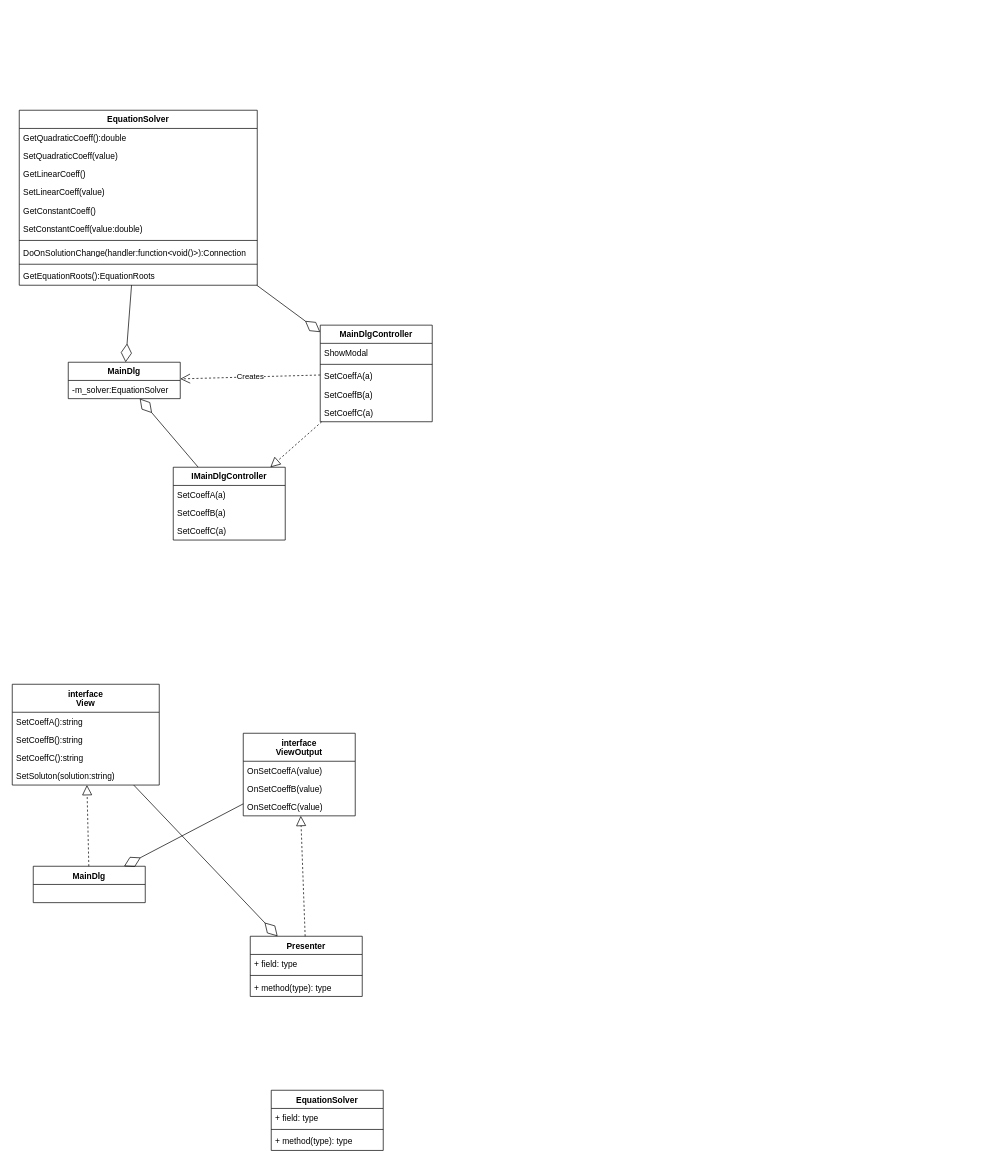
Earlier version of the draw.io diagram lectures/16.mvxx/mvxx.drawio (alexey-malov/ood). Source tidied: cells renumbered, new cells numbered last; positions are measured from the earlier drawing's top-left corner, leaving out a move shared by most shapes. Both pictures are drawn from the tidied source at 70%, with x=0, y=0 at pixel (12, 110).
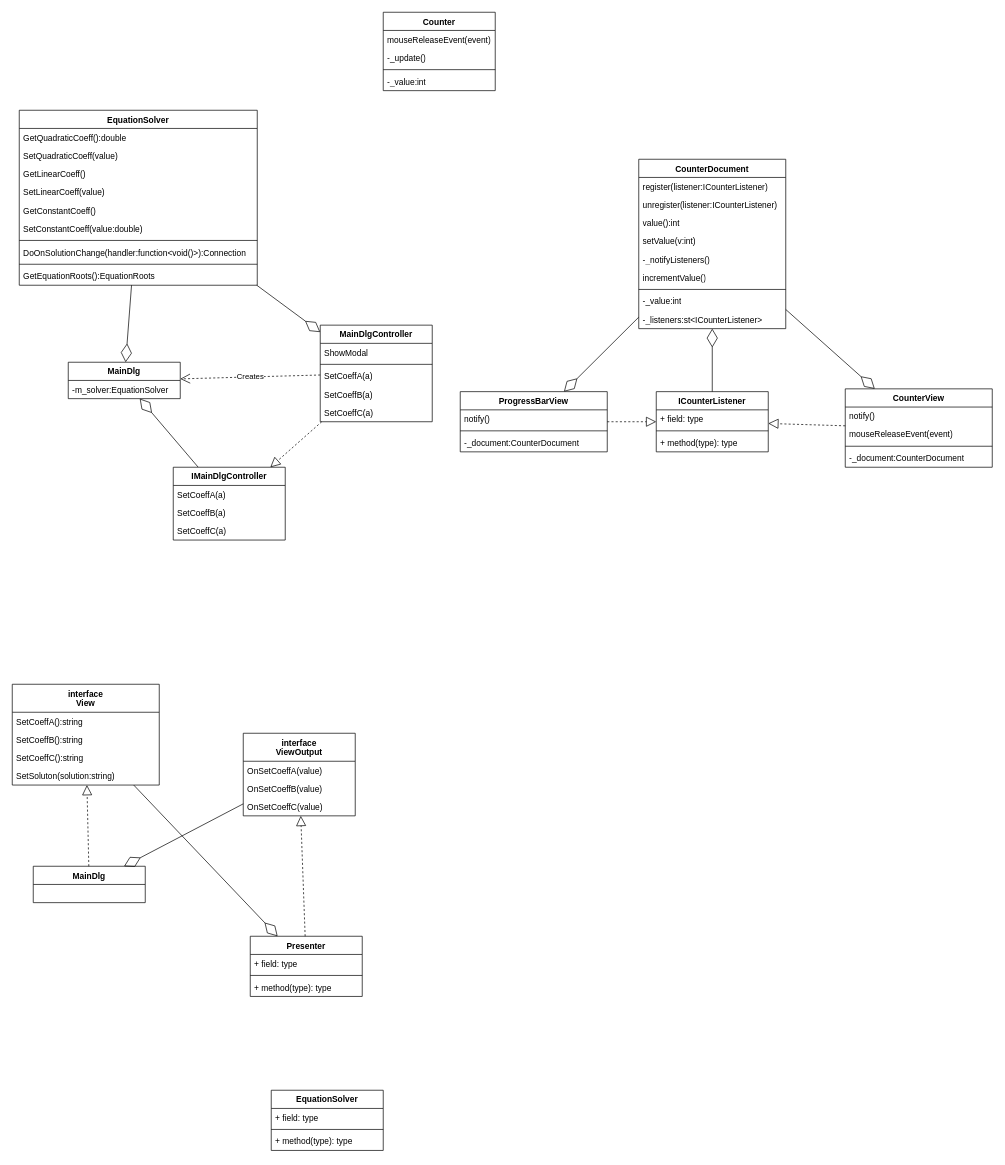
The same diagram, later.

Commit message (it also covers changes not shown here):
Обновил материалы к лекции про MVXX

The edit, as a diff of the source:
```diff
@@
+    <mxCell id="52" value="Counter" style="swimlane;fontStyle=1;align=center;verticalAlign=top;horizontal=1;startSize=26;whiteSpace=wrap;html=1;" parent="1" vertex="1">
+      <mxGeometry x="530" y="-140" width="160" height="112" as="geometry" />
+    </mxCell>
+    <mxCell id="53" value="mouseReleaseEvent(event)" style="text;strokeColor=none;fillColor=none;align=left;verticalAlign=top;spacingLeft=4;spacingRight=4;overflow=hidden;whiteSpace=wrap;html=1;" parent="52" vertex="1">
+      <mxGeometry y="26" width="160" height="26" as="geometry" />
+    </mxCell>
+    <mxCell id="54" value="-_update()" style="text;strokeColor=none;fillColor=none;align=left;verticalAlign=top;spacingLeft=4;spacingRight=4;overflow=hidden;whiteSpace=wrap;html=1;" parent="52" vertex="1">
+      <mxGeometry y="52" width="160" height="26" as="geometry" />
+    </mxCell>
+    <mxCell id="55" style="line;strokeWidth=1;fillColor=none;align=left;verticalAlign=middle;spacingTop=-1;spacingLeft=3;spacingRight=3;labelPosition=right;strokeColor=inherit;" parent="52" vertex="1">
+      <mxGeometry y="78" width="160" height="8" as="geometry" />
+    </mxCell>
+    <mxCell id="56" value="-_value:int" style="text;strokeColor=none;fillColor=none;align=left;verticalAlign=top;spacingLeft=4;spacingRight=4;overflow=hidden;whiteSpace=wrap;html=1;" parent="52" vertex="1">
+      <mxGeometry y="86" width="160" height="26" as="geometry" />
+    </mxCell>
+    <mxCell id="57" value="CounterDocument" style="swimlane;fontStyle=1;align=center;verticalAlign=top;horizontal=1;startSize=26;whiteSpace=wrap;html=1;" parent="1" vertex="1">
+      <mxGeometry x="895" y="70" width="210" height="242" as="geometry" />
+    </mxCell>
+    <mxCell id="58" value="register(listener:ICounterListener)" style="text;strokeColor=none;fillColor=none;align=left;verticalAlign=top;spacingLeft=4;spacingRight=4;overflow=hidden;whiteSpace=wrap;html=1;" parent="57" vertex="1">
+      <mxGeometry y="26" width="210" height="26" as="geometry" />
+    </mxCell>
+    <mxCell id="59" value="unregister(listener:ICounterListener)" style="text;strokeColor=none;fillColor=none;align=left;verticalAlign=top;spacingLeft=4;spacingRight=4;overflow=hidden;whiteSpace=wrap;html=1;" parent="57" vertex="1">
+      <mxGeometry y="52" width="210" height="26" as="geometry" />
+    </mxCell>
+    <mxCell id="60" value="value():int" style="text;strokeColor=none;fillColor=none;align=left;verticalAlign=top;spacingLeft=4;spacingRight=4;overflow=hidden;whiteSpace=wrap;html=1;" parent="57" vertex="1">
+      <mxGeometry y="78" width="210" height="26" as="geometry" />
+    </mxCell>
+    <mxCell id="61" value="setValue(v:int)" style="text;strokeColor=none;fillColor=none;align=left;verticalAlign=top;spacingLeft=4;spacingRight=4;overflow=hidden;whiteSpace=wrap;html=1;" parent="57" vertex="1">
+      <mxGeometry y="104" width="210" height="26" as="geometry" />
+    </mxCell>
+    <mxCell id="62" value="-_notifyListeners()" style="text;strokeColor=none;fillColor=none;align=left;verticalAlign=top;spacingLeft=4;spacingRight=4;overflow=hidden;whiteSpace=wrap;html=1;" parent="57" vertex="1">
+      <mxGeometry y="130" width="210" height="26" as="geometry" />
+    </mxCell>
+    <mxCell id="63" value="incrementValue()" style="text;strokeColor=none;fillColor=none;align=left;verticalAlign=top;spacingLeft=4;spacingRight=4;overflow=hidden;whiteSpace=wrap;html=1;" parent="57" vertex="1">
+      <mxGeometry y="156" width="210" height="26" as="geometry" />
+    </mxCell>
+    <mxCell id="64" style="line;strokeWidth=1;fillColor=none;align=left;verticalAlign=middle;spacingTop=-1;spacingLeft=3;spacingRight=3;labelPosition=right;strokeColor=inherit;" parent="57" vertex="1">
+      <mxGeometry y="182" width="210" height="8" as="geometry" />
+    </mxCell>
+    <mxCell id="65" value="-_value:int" style="text;strokeColor=none;fillColor=none;align=left;verticalAlign=top;spacingLeft=4;spacingRight=4;overflow=hidden;whiteSpace=wrap;html=1;" parent="57" vertex="1">
+      <mxGeometry y="190" width="210" height="26" as="geometry" />
+    </mxCell>
+    <mxCell id="66" value="-_listeners:st&amp;lt;ICounterListener&amp;gt;" style="text;strokeColor=none;fillColor=none;align=left;verticalAlign=top;spacingLeft=4;spacingRight=4;overflow=hidden;whiteSpace=wrap;html=1;" parent="57" vertex="1">
+      <mxGeometry y="216" width="210" height="26" as="geometry" />
+    </mxCell>
+    <mxCell id="67" value="CounterView" style="swimlane;fontStyle=1;align=center;verticalAlign=top;horizontal=1;startSize=26;whiteSpace=wrap;html=1;" parent="1" vertex="1">
+      <mxGeometry x="1190" y="398" width="210" height="112" as="geometry" />
+    </mxCell>
+    <mxCell id="68" value="notify()" style="text;strokeColor=none;fillColor=none;align=left;verticalAlign=top;spacingLeft=4;spacingRight=4;overflow=hidden;whiteSpace=wrap;html=1;" parent="67" vertex="1">
+      <mxGeometry y="26" width="210" height="26" as="geometry" />
+    </mxCell>
+    <mxCell id="69" value="mouseReleaseEvent(event)" style="text;strokeColor=none;fillColor=none;align=left;verticalAlign=top;spacingLeft=4;spacingRight=4;overflow=hidden;whiteSpace=wrap;html=1;" parent="67" vertex="1">
+      <mxGeometry y="52" width="210" height="26" as="geometry" />
+    </mxCell>
+    <mxCell id="70" style="line;strokeWidth=1;fillColor=none;align=left;verticalAlign=middle;spacingTop=-1;spacingLeft=3;spacingRight=3;labelPosition=right;strokeColor=inherit;" parent="67" vertex="1">
+      <mxGeometry y="78" width="210" height="8" as="geometry" />
+    </mxCell>
+    <mxCell id="71" value="-_document:CounterDocument" style="text;strokeColor=none;fillColor=none;align=left;verticalAlign=top;spacingLeft=4;spacingRight=4;overflow=hidden;whiteSpace=wrap;html=1;" parent="67" vertex="1">
+      <mxGeometry y="86" width="210" height="26" as="geometry" />
+    </mxCell>
+    <mxCell id="72" style="endArrow=diamondThin;endFill=0;endSize=24;html=1;rounded=0;" parent="1" edge="1" source="57" target="67">
+      <mxGeometry relative="1" as="geometry" />
+    </mxCell>
+    <mxCell id="73" value="ProgressBarView" style="swimlane;fontStyle=1;align=center;verticalAlign=top;horizontal=1;startSize=26;whiteSpace=wrap;html=1;" parent="1" vertex="1">
+      <mxGeometry x="640" y="402" width="210" height="86" as="geometry" />
+    </mxCell>
+    <mxCell id="74" value="notify()" style="text;strokeColor=none;fillColor=none;align=left;verticalAlign=top;spacingLeft=4;spacingRight=4;overflow=hidden;whiteSpace=wrap;html=1;" parent="73" vertex="1">
+      <mxGeometry y="26" width="210" height="26" as="geometry" />
+    </mxCell>
+    <mxCell id="75" style="line;strokeWidth=1;fillColor=none;align=left;verticalAlign=middle;spacingTop=-1;spacingLeft=3;spacingRight=3;labelPosition=right;strokeColor=inherit;" parent="73" vertex="1">
+      <mxGeometry y="52" width="210" height="8" as="geometry" />
+    </mxCell>
+    <mxCell id="76" value="-_document:CounterDocument" style="text;strokeColor=none;fillColor=none;align=left;verticalAlign=top;spacingLeft=4;spacingRight=4;overflow=hidden;whiteSpace=wrap;html=1;" parent="73" vertex="1">
+      <mxGeometry y="60" width="210" height="26" as="geometry" />
+    </mxCell>
+    <mxCell id="77" value="ICounterListener" style="swimlane;fontStyle=1;align=center;verticalAlign=top;horizontal=1;startSize=26;whiteSpace=wrap;html=1;" parent="1" vertex="1">
+      <mxGeometry x="920" y="402" width="160" height="86" as="geometry" />
+    </mxCell>
+    <mxCell id="78" value="+ field: type" style="text;strokeColor=none;fillColor=none;align=left;verticalAlign=top;spacingLeft=4;spacingRight=4;overflow=hidden;whiteSpace=wrap;html=1;" parent="77" vertex="1">
+      <mxGeometry y="26" width="160" height="26" as="geometry" />
+    </mxCell>
+    <mxCell id="79" style="line;strokeWidth=1;fillColor=none;align=left;verticalAlign=middle;spacingTop=-1;spacingLeft=3;spacingRight=3;labelPosition=right;strokeColor=inherit;" parent="77" vertex="1">
+      <mxGeometry y="52" width="160" height="8" as="geometry" />
+    </mxCell>
+    <mxCell id="80" value="+ method(type): type" style="text;strokeColor=none;fillColor=none;align=left;verticalAlign=top;spacingLeft=4;spacingRight=4;overflow=hidden;whiteSpace=wrap;html=1;" parent="77" vertex="1">
+      <mxGeometry y="60" width="160" height="26" as="geometry" />
+    </mxCell>
+    <mxCell id="81" style="endArrow=block;dashed=1;endFill=0;endSize=12;html=1;rounded=0;" parent="1" edge="1" source="67" target="77">
+      <mxGeometry relative="1" as="geometry" />
+    </mxCell>
+    <mxCell id="82" style="endArrow=block;dashed=1;endFill=0;endSize=12;html=1;rounded=0;" parent="1" edge="1" source="73" target="77">
+      <mxGeometry relative="1" as="geometry" />
+    </mxCell>
+    <mxCell id="83" style="endArrow=diamondThin;endFill=0;endSize=24;html=1;rounded=0;" parent="1" edge="1" source="77" target="57">
+      <mxGeometry relative="1" as="geometry" />
+    </mxCell>
+    <mxCell id="84" style="endArrow=diamondThin;endFill=0;endSize=24;html=1;rounded=0;" parent="1" edge="1" source="57" target="73">
+      <mxGeometry relative="1" as="geometry" />
+    </mxCell>
```
